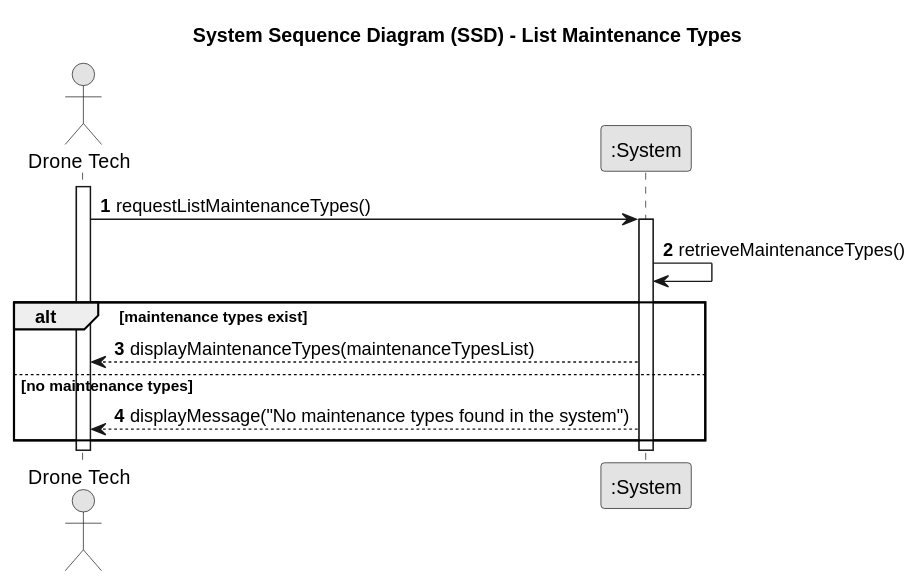
Before: docs/planning/sprint3/EAPLI/US322 - List maintenance types/01.requirements-engineering/svg/us322-system-sequence-diagram-System_Sequence_Diagram.svg, a diagram exported from PlantUML (SAEmanuel/Shodrone_ISEP). Its diagram source:
```plantuml
@startuml
skinparam monochrome true
skinparam packageStyle rectangle
skinparam shadowing false

title System Sequence Diagram (SSD) - List Maintenance Types

autonumber

actor "Drone Tech" as DT
participant ":System" as System

activate DT

DT -> System: requestListMaintenanceTypes()
activate System
System -> System: retrieveMaintenanceTypes()
alt maintenance types exist
    System --> DT: displayMaintenanceTypes(maintenanceTypesList)
else no maintenance types
    System --> DT: displayMessage("No maintenance types found in the system")
end
deactivate System

deactivate DT
@enduml
```
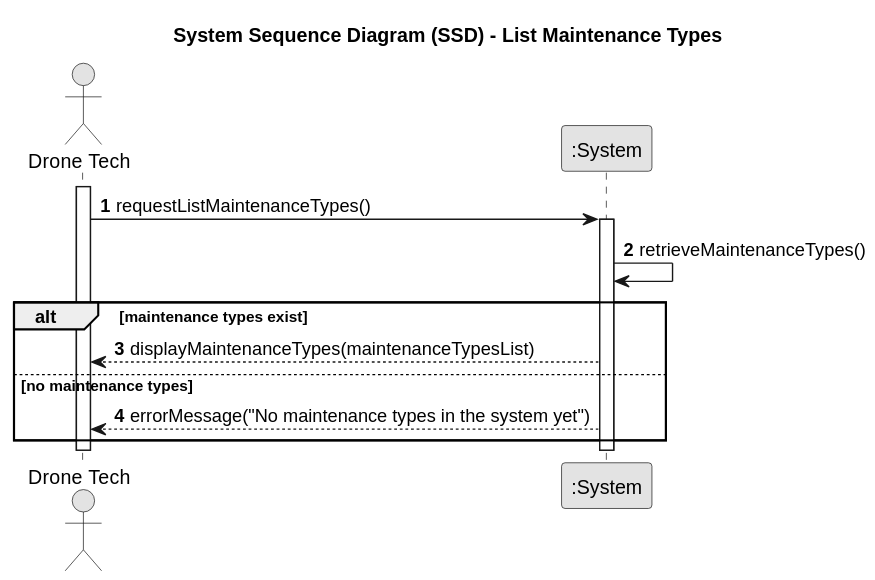
The same diagram one commit later.

Commit message:
[US322 - Requirements - Issue #141/#200/#201] SSD PUML and SVG final version.

Change to the diagram source:
```diff
@@ -18,7 +18,7 @@
 alt maintenance types exist
     System --> DT: displayMaintenanceTypes(maintenanceTypesList)
 else no maintenance types
-    System --> DT: displayMessage("No maintenance types found in the system")
+    System --> DT: errorMessage("No maintenance types in the system yet")
 end
 deactivate System
 
```
